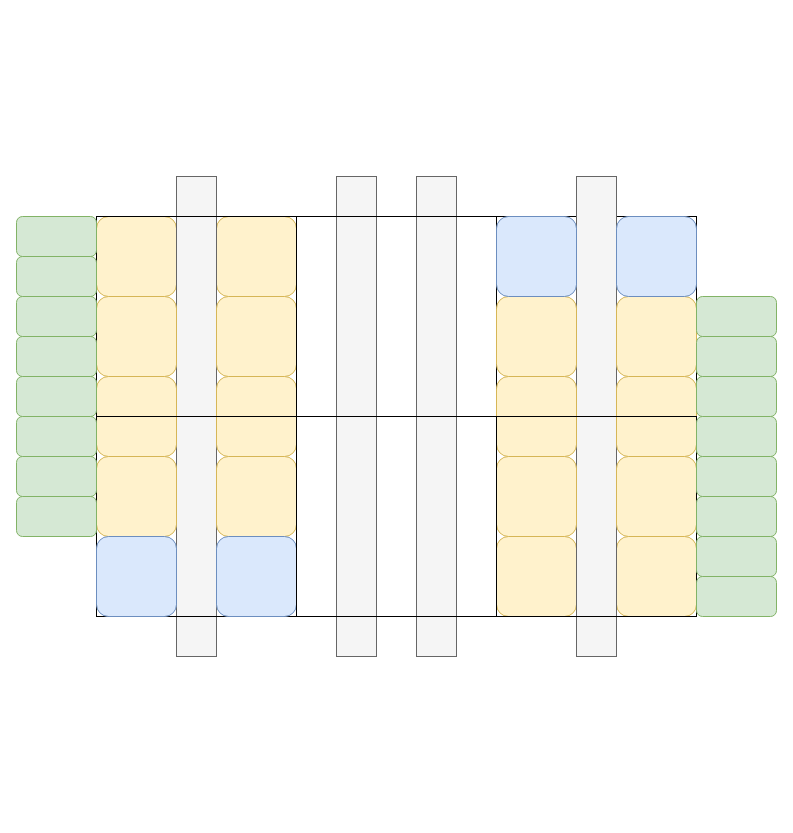
Earlier version of the draw.io diagram Sandbox.drawio (ingkomm/drawio). Source tidied: cells renumbered, new cells numbered last; positions are measured from the earlier drawing's top-left corner, leaving out a move shared by most shapes. Both pictures are drawn from the tidied source at 100%, with x=0, y=0 at pixel (16, 176).
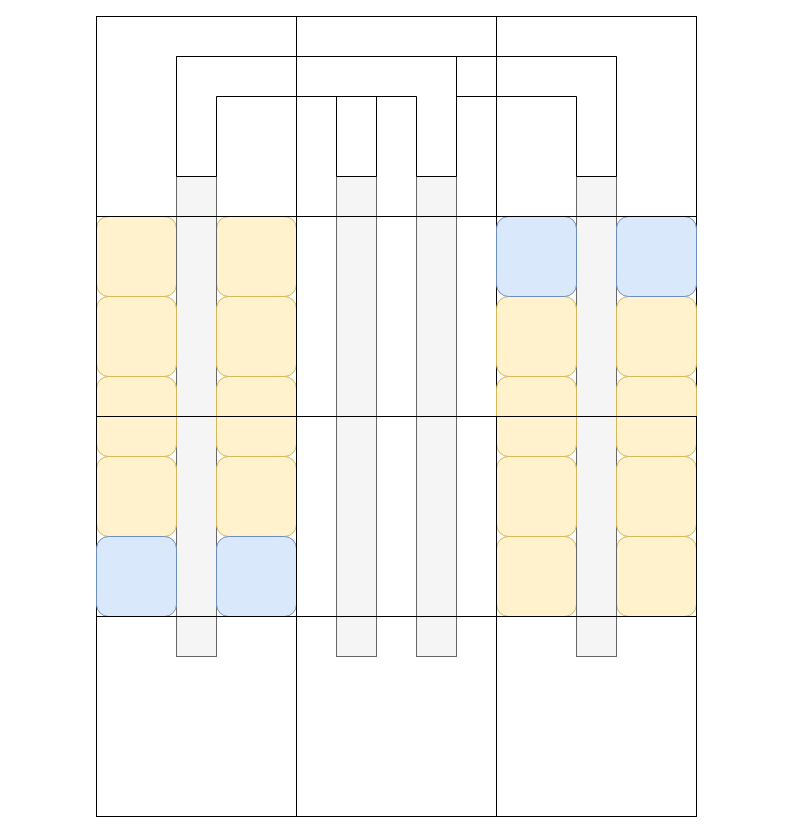
After the change.

What changed in the source:
```diff
@@
     <mxCell id="7" style="rounded=0;whiteSpace=wrap;html=1;fillColor=#f5f5f5;fontColor=#333333;strokeColor=#666666;" parent="1" vertex="1">
-      <mxGeometry x="160" width="40" height="480" as="geometry" />
+      <mxGeometry x="160" y="-120" width="40" height="600" as="geometry" />
     </mxCell>
@@
     <mxCell id="21" style="rounded=0;whiteSpace=wrap;html=1;fillColor=#f5f5f5;fontColor=#333333;strokeColor=#666666;" parent="1" vertex="1">
-      <mxGeometry x="560" width="40" height="480" as="geometry" />
+      <mxGeometry x="560" y="-120" width="40" height="600" as="geometry" />
     </mxCell>
@@
-    <mxCell id="32" style="rounded=1;whiteSpace=wrap;html=1;fillColor=#d5e8d4;strokeColor=#82b366;" parent="1" vertex="1">
-      <mxGeometry x="680" y="120" width="80" height="40" as="geometry" />
-    </mxCell>
-    <mxCell id="33" style="rounded=1;whiteSpace=wrap;html=1;fillColor=#d5e8d4;strokeColor=#82b366;" parent="1" vertex="1">
-      <mxGeometry x="680" y="160" width="80" height="40" as="geometry" />
-    </mxCell>
-    <mxCell id="34" style="rounded=1;whiteSpace=wrap;html=1;fillColor=#d5e8d4;strokeColor=#82b366;" parent="1" vertex="1">
-      <mxGeometry x="680" y="200" width="80" height="40" as="geometry" />
-    </mxCell>
-    <mxCell id="35" style="rounded=1;whiteSpace=wrap;html=1;fillColor=#d5e8d4;strokeColor=#82b366;" parent="1" vertex="1">
-      <mxGeometry x="680" y="240" width="80" height="40" as="geometry" />
-    </mxCell>
-    <mxCell id="36" style="rounded=1;whiteSpace=wrap;html=1;fillColor=#d5e8d4;strokeColor=#82b366;" parent="1" vertex="1">
-      <mxGeometry x="680" y="280" width="80" height="40" as="geometry" />
-    </mxCell>
-    <mxCell id="37" style="rounded=1;whiteSpace=wrap;html=1;fillColor=#d5e8d4;strokeColor=#82b366;" parent="1" vertex="1">
-      <mxGeometry x="680" y="320" width="80" height="40" as="geometry" />
-    </mxCell>
-    <mxCell id="38" style="rounded=1;whiteSpace=wrap;html=1;fillColor=#d5e8d4;strokeColor=#82b366;" parent="1" vertex="1">
-      <mxGeometry x="680" y="360" width="80" height="40" as="geometry" />
-    </mxCell>
-    <mxCell id="39" style="rounded=1;whiteSpace=wrap;html=1;fillColor=#d5e8d4;strokeColor=#82b366;" parent="1" vertex="1">
-      <mxGeometry x="680" y="400" width="80" height="40" as="geometry" />
-    </mxCell>
-    <mxCell id="40" style="rounded=1;whiteSpace=wrap;html=1;fillColor=#d5e8d4;strokeColor=#82b366;" parent="1" vertex="1">
-      <mxGeometry y="40" width="80" height="40" as="geometry" />
-    </mxCell>
-    <mxCell id="41" style="rounded=1;whiteSpace=wrap;html=1;fillColor=#d5e8d4;strokeColor=#82b366;" parent="1" vertex="1">
-      <mxGeometry y="80" width="80" height="40" as="geometry" />
-    </mxCell>
-    <mxCell id="42" style="rounded=1;whiteSpace=wrap;html=1;fillColor=#d5e8d4;strokeColor=#82b366;" parent="1" vertex="1">
-      <mxGeometry y="120" width="80" height="40" as="geometry" />
-    </mxCell>
-    <mxCell id="43" style="rounded=1;whiteSpace=wrap;html=1;fillColor=#d5e8d4;strokeColor=#82b366;" parent="1" vertex="1">
-      <mxGeometry y="160" width="80" height="40" as="geometry" />
-    </mxCell>
-    <mxCell id="44" style="rounded=1;whiteSpace=wrap;html=1;fillColor=#d5e8d4;strokeColor=#82b366;" parent="1" vertex="1">
-      <mxGeometry y="200" width="80" height="40" as="geometry" />
-    </mxCell>
-    <mxCell id="45" style="rounded=1;whiteSpace=wrap;html=1;fillColor=#d5e8d4;strokeColor=#82b366;" parent="1" vertex="1">
-      <mxGeometry y="240" width="80" height="40" as="geometry" />
-    </mxCell>
-    <mxCell id="46" style="rounded=1;whiteSpace=wrap;html=1;fillColor=#d5e8d4;strokeColor=#82b366;" parent="1" vertex="1">
-      <mxGeometry y="280" width="80" height="40" as="geometry" />
-    </mxCell>
-    <mxCell id="47" style="rounded=1;whiteSpace=wrap;html=1;fillColor=#d5e8d4;strokeColor=#82b366;" parent="1" vertex="1">
-      <mxGeometry y="320" width="80" height="40" as="geometry" />
-    </mxCell>
+    <mxCell id="48" style="shape=corner;whiteSpace=wrap;html=1;dx=40;dy=40;" parent="1" vertex="1">
+      <mxGeometry x="320" y="-120" width="160" height="120" as="geometry" />
+    </mxCell>
+    <mxCell id="49" style="shape=corner;whiteSpace=wrap;html=1;dx=40;dy=40;rotation=90;" parent="1" vertex="1">
+      <mxGeometry x="480" y="-120" width="120" height="120" as="geometry" />
+    </mxCell>
+    <mxCell id="50" style="shape=corner;whiteSpace=wrap;html=1;dx=40;dy=40;" parent="1" vertex="1">
+      <mxGeometry x="160" y="-120" width="120" height="120" as="geometry" />
+    </mxCell>
+    <mxCell id="51" style="shape=corner;whiteSpace=wrap;html=1;dx=40;dy=40;rotation=90;" parent="1" vertex="1">
+      <mxGeometry x="300" y="-140" width="120" height="160" as="geometry" />
+    </mxCell>
+    <mxCell id="52" style="rounded=0;whiteSpace=wrap;html=1;fillColor=none;" parent="1" vertex="1">
+      <mxGeometry x="280" y="-160" width="200" height="200" as="geometry" />
+    </mxCell>
+    <mxCell id="53" style="rounded=0;whiteSpace=wrap;html=1;fillColor=none;" parent="1" vertex="1">
+      <mxGeometry x="480" y="-160" width="200" height="200" as="geometry" />
+    </mxCell>
+    <mxCell id="54" style="rounded=0;whiteSpace=wrap;html=1;fillColor=none;" parent="1" vertex="1">
+      <mxGeometry x="80" y="-160" width="200" height="200" as="geometry" />
+    </mxCell>
+    <mxCell id="55" style="rounded=0;whiteSpace=wrap;html=1;fillColor=none;" parent="1" vertex="1">
+      <mxGeometry x="280" y="440" width="200" height="200" as="geometry" />
+    </mxCell>
+    <mxCell id="56" style="rounded=0;whiteSpace=wrap;html=1;fillColor=none;" parent="1" vertex="1">
+      <mxGeometry x="80" y="440" width="200" height="200" as="geometry" />
+    </mxCell>
+    <mxCell id="57" style="rounded=0;whiteSpace=wrap;html=1;fillColor=none;" parent="1" vertex="1">
+      <mxGeometry x="480" y="440" width="200" height="200" as="geometry" />
+    </mxCell>
```
